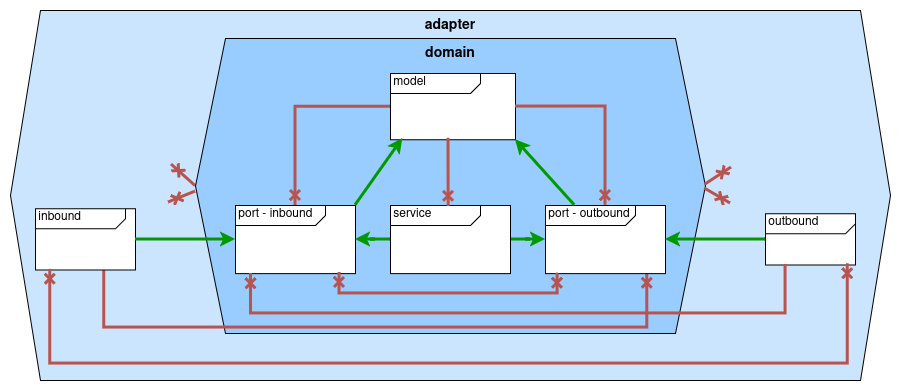
Above: docs/assignment-diagrammen/package-rules-overview.drawio.png in Quintor/hexagonal-architecture-workshop (draw.io), before the change. Source tidied: cells renumbered, new cells last; positions are measured from the earlier drawing's top-left corner, leaving out a move shared by most shapes. Its diagram source:
```xml
<mxGraphModel>
  <root>
    <mxCell id="0" />
    <mxCell id="1" parent="0" />
    <mxCell id="2" value="&lt;font style=&quot;font-size: 14px;&quot;&gt;&lt;b&gt;adapter&lt;/b&gt;&lt;/font&gt;" style="shape=hexagon;perimeter=hexagonPerimeter2;whiteSpace=wrap;html=1;fixedSize=1;align=center;verticalAlign=top;spacing=0;size=30;fillColor=#CCE5FF;" parent="1" vertex="1">
      <mxGeometry width="880" height="370" as="geometry" />
    </mxCell>
    <mxCell id="3" style="rounded=0;jettySize=auto;html=1;exitX=0;exitY=0.5;exitDx=0;exitDy=0;strokeWidth=3;fillColor=#f8cecc;strokeColor=#b85450;endArrow=cross;endFill=0;" parent="1" edge="1" source="4">
      <mxGeometry relative="1" as="geometry">
        <mxPoint x="161" y="154" as="targetPoint" />
      </mxGeometry>
    </mxCell>
    <mxCell id="4" value="&lt;font style=&quot;font-size: 14px;&quot;&gt;&lt;b&gt;domain&lt;/b&gt;&lt;/font&gt;" style="shape=hexagon;perimeter=hexagonPerimeter2;whiteSpace=wrap;html=1;fixedSize=1;align=center;verticalAlign=top;spacing=0;size=30;fillColor=#99CCFF;" parent="1" vertex="1">
      <mxGeometry x="185" y="28" width="510" height="295" as="geometry" />
    </mxCell>
    <mxCell id="5" style="edgeStyle=orthogonalEdgeStyle;rounded=0;jettySize=auto;html=1;strokeWidth=3;fillColor=#f8cecc;strokeColor=#b85450;endArrow=cross;endFill=0;" parent="1" edge="1" source="6" target="7">
      <mxGeometry relative="1" as="geometry" />
    </mxCell>
    <mxCell id="6" value="&lt;div align=&quot;left&quot;&gt;&amp;nbsp;model&lt;/div&gt;" style="html=1;shape=mxgraph.sysml.package;html=1;overflow=fill;whiteSpace=wrap;align=left;" parent="1" vertex="1">
      <mxGeometry x="380" y="63" width="125" height="66.2" as="geometry" />
    </mxCell>
    <mxCell id="7" value="&lt;div&gt;&amp;nbsp;port - inbound&lt;/div&gt;&lt;div&gt;&lt;br&gt;&lt;/div&gt;&lt;div&gt;&lt;br&gt;&lt;/div&gt;" style="html=1;shape=mxgraph.sysml.package;html=1;overflow=fill;whiteSpace=wrap;align=left;" parent="1" vertex="1">
      <mxGeometry x="225" y="194.9" width="120" height="68.1" as="geometry" />
    </mxCell>
    <mxCell id="8" style="edgeStyle=orthogonalEdgeStyle;rounded=0;jettySize=auto;html=1;exitX=0.688;exitY=0.99;exitDx=0;exitDy=0;exitPerimeter=0;strokeWidth=3;fillColor=#f8cecc;strokeColor=#b85450;endArrow=cross;endFill=0;entryX=0.848;entryY=0.995;entryDx=0;entryDy=0;entryPerimeter=0;" parent="1" edge="1" source="9" target="10">
      <mxGeometry relative="1" as="geometry">
        <Array as="points">
          <mxPoint x="94" y="317" />
          <mxPoint x="637" y="317" />
        </Array>
      </mxGeometry>
    </mxCell>
    <mxCell id="9" value="&amp;nbsp;inbound" style="html=1;shape=mxgraph.sysml.package;html=1;overflow=fill;whiteSpace=wrap;align=left;" parent="1" vertex="1">
      <mxGeometry x="25" y="198.3" width="100" height="61.2" as="geometry" />
    </mxCell>
    <mxCell id="10" value="&lt;div&gt;&amp;nbsp;port - outbound&lt;/div&gt;&lt;div&gt;&lt;br&gt;&lt;/div&gt;&lt;div&gt;&lt;br&gt;&lt;br&gt;&lt;/div&gt;" style="html=1;shape=mxgraph.sysml.package;html=1;overflow=fill;whiteSpace=wrap;align=left;" parent="1" vertex="1">
      <mxGeometry x="535" y="194.9" width="120" height="68.1" as="geometry" />
    </mxCell>
    <mxCell id="11" style="edgeStyle=orthogonalEdgeStyle;rounded=0;jettySize=auto;html=1;strokeWidth=3;fillColor=#d5e8d4;strokeColor=light-dark(#009900, #446e2c);" parent="1" edge="1" source="13" target="7">
      <mxGeometry relative="1" as="geometry" />
    </mxCell>
    <mxCell id="12" style="edgeStyle=orthogonalEdgeStyle;rounded=0;jettySize=auto;html=1;strokeWidth=3;fillColor=#d5e8d4;strokeColor=light-dark(#009900, #446e2c);" parent="1" edge="1" source="13" target="10">
      <mxGeometry relative="1" as="geometry" />
    </mxCell>
    <mxCell id="13" value="&amp;nbsp;service" style="html=1;shape=mxgraph.sysml.package;html=1;overflow=fill;whiteSpace=wrap;align=left;" parent="1" vertex="1">
      <mxGeometry x="380" y="194.9" width="120" height="68.1" as="geometry" />
    </mxCell>
    <mxCell id="14" value="&amp;nbsp;outbound" style="html=1;shape=mxgraph.sysml.package;html=1;overflow=fill;whiteSpace=wrap;align=left;" parent="1" vertex="1">
      <mxGeometry x="755" y="203.3" width="90" height="51.2" as="geometry" />
    </mxCell>
    <mxCell id="15" style="edgeStyle=orthogonalEdgeStyle;rounded=0;jettySize=auto;html=1;strokeWidth=3;fillColor=#f8cecc;strokeColor=#b85450;endArrow=cross;endFill=0;exitX=0.463;exitY=0.976;exitDx=0;exitDy=0;exitPerimeter=0;entryX=0.484;entryY=0.014;entryDx=0;entryDy=0;entryPerimeter=0;" parent="1" edge="1" source="6" target="13">
      <mxGeometry relative="1" as="geometry" />
    </mxCell>
    <mxCell id="16" style="edgeStyle=orthogonalEdgeStyle;rounded=0;jettySize=auto;html=1;strokeWidth=3;fillColor=#f8cecc;strokeColor=#b85450;endArrow=cross;endFill=0;exitX=1;exitY=0.5;exitDx=0;exitDy=0;exitPerimeter=0;entryX=0.5;entryY=0;entryDx=0;entryDy=0;entryPerimeter=0;" parent="1" edge="1" source="6" target="10">
      <mxGeometry relative="1" as="geometry" />
    </mxCell>
    <mxCell id="17" style="edgeStyle=orthogonalEdgeStyle;rounded=0;jettySize=auto;html=1;entryX=1;entryY=0.5;entryDx=0;entryDy=0;entryPerimeter=0;strokeWidth=3;fillColor=#d5e8d4;strokeColor=light-dark(#009900, #446e2c);" parent="1" edge="1" source="14" target="10">
      <mxGeometry relative="1" as="geometry" />
    </mxCell>
    <mxCell id="18" style="edgeStyle=orthogonalEdgeStyle;rounded=0;jettySize=auto;html=1;entryX=0;entryY=0.5;entryDx=0;entryDy=0;entryPerimeter=0;strokeWidth=3;fillColor=#d5e8d4;strokeColor=light-dark(#009900, #446e2c);" parent="1" edge="1" source="9" target="7">
      <mxGeometry relative="1" as="geometry" />
    </mxCell>
    <mxCell id="19" style="rounded=0;jettySize=auto;html=1;exitX=0;exitY=0.519;exitDx=0;exitDy=0;strokeWidth=3;fillColor=#f8cecc;strokeColor=#b85450;endArrow=cross;endFill=0;exitPerimeter=0;" parent="1" edge="1" source="4">
      <mxGeometry relative="1" as="geometry">
        <mxPoint x="158" y="192" as="targetPoint" />
      </mxGeometry>
    </mxCell>
    <mxCell id="20" style="rounded=0;orthogonalLoop=1;jettySize=auto;html=1;exitX=0;exitY=0.5;exitDx=0;exitDy=0;strokeWidth=3;fillColor=#f8cecc;strokeColor=#b85450;endArrow=cross;endFill=0;" parent="1" edge="1">
      <mxGeometry relative="1" as="geometry">
        <mxPoint x="695" y="174" as="sourcePoint" />
        <mxPoint x="721" y="157" as="targetPoint" />
      </mxGeometry>
    </mxCell>
    <mxCell id="21" style="rounded=0;jettySize=auto;html=1;exitX=0.999;exitY=0.509;exitDx=0;exitDy=0;strokeWidth=3;fillColor=#f8cecc;strokeColor=#b85450;endArrow=cross;endFill=0;exitPerimeter=0;" parent="1" edge="1" source="4">
      <mxGeometry relative="1" as="geometry">
        <mxPoint x="720" y="193" as="targetPoint" />
      </mxGeometry>
    </mxCell>
    <mxCell id="22" style="edgeStyle=orthogonalEdgeStyle;rounded=0;jettySize=auto;html=1;entryX=0.913;entryY=0.973;entryDx=0;entryDy=0;entryPerimeter=0;exitX=0.147;exitY=0.987;exitDx=0;exitDy=0;exitPerimeter=0;fillColor=#f8cecc;strokeColor=#b85450;endArrow=cross;endFill=0;strokeWidth=3;startArrow=cross;startFill=0;" parent="1" edge="1" source="9" target="14">
      <mxGeometry relative="1" as="geometry">
        <Array as="points">
          <mxPoint x="40" y="353" />
          <mxPoint x="837" y="353" />
        </Array>
      </mxGeometry>
    </mxCell>
    <mxCell id="23" style="rounded=0;jettySize=auto;html=1;entryX=0.099;entryY=0.98;entryDx=0;entryDy=0;entryPerimeter=0;exitX=1;exitY=0;exitDx=0;exitDy=0;exitPerimeter=0;strokeWidth=3;fillColor=#d5e8d4;strokeColor=light-dark(#009900, #446e2c);" parent="1" edge="1" source="7" target="6">
      <mxGeometry relative="1" as="geometry" />
    </mxCell>
    <mxCell id="24" style="rounded=0;jettySize=auto;html=1;entryX=1;entryY=1;entryDx=0;entryDy=0;entryPerimeter=0;strokeWidth=3;fillColor=#d5e8d4;strokeColor=light-dark(#009900, #446e2c);" parent="1" edge="1" source="10" target="6">
      <mxGeometry relative="1" as="geometry" />
    </mxCell>
    <mxCell id="25" style="edgeStyle=orthogonalEdgeStyle;rounded=0;jettySize=auto;html=1;entryX=0.867;entryY=0.987;entryDx=0;entryDy=0;entryPerimeter=0;exitX=0.101;exitY=0.995;exitDx=0;exitDy=0;exitPerimeter=0;fillColor=#f8cecc;strokeColor=#b85450;strokeWidth=3;endArrow=cross;endFill=0;startArrow=cross;startFill=0;" parent="1" edge="1" source="10" target="7">
      <mxGeometry relative="1" as="geometry">
        <Array as="points">
          <mxPoint x="329" y="283" />
        </Array>
      </mxGeometry>
    </mxCell>
    <mxCell id="26" style="edgeStyle=orthogonalEdgeStyle;rounded=0;jettySize=auto;html=1;entryX=0.129;entryY=1.002;entryDx=0;entryDy=0;entryPerimeter=0;fillColor=#f8cecc;strokeColor=#b85450;endArrow=cross;endFill=0;strokeWidth=3;" parent="1" edge="1" source="14" target="7">
      <mxGeometry relative="1" as="geometry">
        <Array as="points">
          <mxPoint x="775" y="303" />
          <mxPoint x="241" y="303" />
        </Array>
      </mxGeometry>
    </mxCell>
  </root>
</mxGraphModel>
```
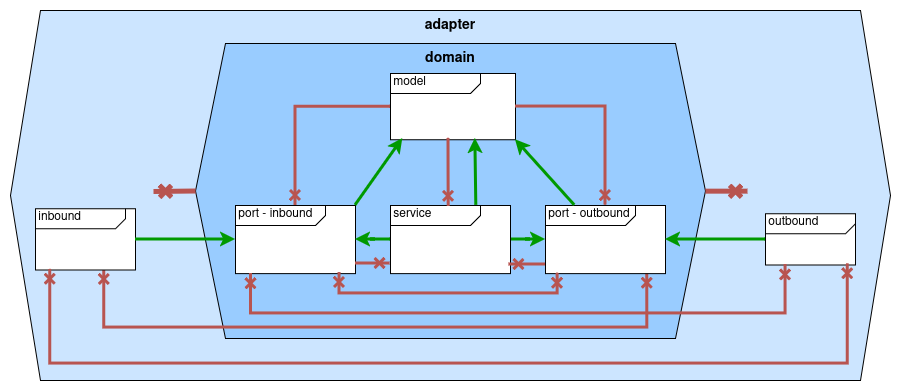
After the commit.

Commit message:
docs: give more context for step 4 & diagram fix

Change to the diagram source:
```diff
@@ -5,13 +5,8 @@
     <mxCell id="2" value="&lt;font style=&quot;font-size: 14px;&quot;&gt;&lt;b&gt;adapter&lt;/b&gt;&lt;/font&gt;" style="shape=hexagon;perimeter=hexagonPerimeter2;whiteSpace=wrap;html=1;fixedSize=1;align=center;verticalAlign=top;spacing=0;size=30;fillColor=#CCE5FF;" parent="1" vertex="1">
       <mxGeometry width="880" height="370" as="geometry" />
     </mxCell>
-    <mxCell id="3" style="rounded=0;jettySize=auto;html=1;exitX=0;exitY=0.5;exitDx=0;exitDy=0;strokeWidth=3;fillColor=#f8cecc;strokeColor=#b85450;endArrow=cross;endFill=0;" parent="1" edge="1" source="4">
-      <mxGeometry relative="1" as="geometry">
-        <mxPoint x="161" y="154" as="targetPoint" />
-      </mxGeometry>
-    </mxCell>
     <mxCell id="4" value="&lt;font style=&quot;font-size: 14px;&quot;&gt;&lt;b&gt;domain&lt;/b&gt;&lt;/font&gt;" style="shape=hexagon;perimeter=hexagonPerimeter2;whiteSpace=wrap;html=1;fixedSize=1;align=center;verticalAlign=top;spacing=0;size=30;fillColor=#99CCFF;" parent="1" vertex="1">
-      <mxGeometry x="185" y="28" width="510" height="295" as="geometry" />
+      <mxGeometry x="185" y="33" width="510" height="295" as="geometry" />
     </mxCell>
     <mxCell id="5" style="edgeStyle=orthogonalEdgeStyle;rounded=0;jettySize=auto;html=1;strokeWidth=3;fillColor=#f8cecc;strokeColor=#b85450;endArrow=cross;endFill=0;" parent="1" edge="1" source="6" target="7">
       <mxGeometry relative="1" as="geometry" />
@@ -22,7 +17,7 @@
     <mxCell id="7" value="&lt;div&gt;&amp;nbsp;port - inbound&lt;/div&gt;&lt;div&gt;&lt;br&gt;&lt;/div&gt;&lt;div&gt;&lt;br&gt;&lt;/div&gt;" style="html=1;shape=mxgraph.sysml.package;html=1;overflow=fill;whiteSpace=wrap;align=left;" parent="1" vertex="1">
       <mxGeometry x="225" y="194.9" width="120" height="68.1" as="geometry" />
     </mxCell>
-    <mxCell id="8" style="edgeStyle=orthogonalEdgeStyle;rounded=0;jettySize=auto;html=1;exitX=0.688;exitY=0.99;exitDx=0;exitDy=0;exitPerimeter=0;strokeWidth=3;fillColor=#f8cecc;strokeColor=#b85450;endArrow=cross;endFill=0;entryX=0.848;entryY=0.995;entryDx=0;entryDy=0;entryPerimeter=0;" parent="1" edge="1" source="9" target="10">
+    <mxCell id="8" style="edgeStyle=orthogonalEdgeStyle;rounded=0;jettySize=auto;html=1;exitX=0.688;exitY=0.99;exitDx=0;exitDy=0;exitPerimeter=0;strokeWidth=3;fillColor=#f8cecc;strokeColor=#b85450;endArrow=cross;endFill=0;entryX=0.848;entryY=0.995;entryDx=0;entryDy=0;entryPerimeter=0;startArrow=cross;startFill=0;" parent="1" edge="1" source="9" target="10">
       <mxGeometry relative="1" as="geometry">
         <Array as="points">
           <mxPoint x="94" y="317" />
@@ -36,10 +31,10 @@
     <mxCell id="10" value="&lt;div&gt;&amp;nbsp;port - outbound&lt;/div&gt;&lt;div&gt;&lt;br&gt;&lt;/div&gt;&lt;div&gt;&lt;br&gt;&lt;br&gt;&lt;/div&gt;" style="html=1;shape=mxgraph.sysml.package;html=1;overflow=fill;whiteSpace=wrap;align=left;" parent="1" vertex="1">
       <mxGeometry x="535" y="194.9" width="120" height="68.1" as="geometry" />
     </mxCell>
-    <mxCell id="11" style="edgeStyle=orthogonalEdgeStyle;rounded=0;jettySize=auto;html=1;strokeWidth=3;fillColor=#d5e8d4;strokeColor=light-dark(#009900, #446e2c);" parent="1" edge="1" source="13" target="7">
+    <mxCell id="11" style="edgeStyle=orthogonalEdgeStyle;rounded=0;jettySize=auto;html=1;strokeWidth=3;fillColor=#d5e8d4;strokeColor=light-dark(#009900,#66FF66);" parent="1" edge="1" source="13" target="7">
       <mxGeometry relative="1" as="geometry" />
     </mxCell>
-    <mxCell id="12" style="edgeStyle=orthogonalEdgeStyle;rounded=0;jettySize=auto;html=1;strokeWidth=3;fillColor=#d5e8d4;strokeColor=light-dark(#009900, #446e2c);" parent="1" edge="1" source="13" target="10">
+    <mxCell id="12" style="edgeStyle=orthogonalEdgeStyle;rounded=0;jettySize=auto;html=1;strokeWidth=3;fillColor=#d5e8d4;strokeColor=light-dark(#009900,#66FF66);" parent="1" edge="1" source="13" target="10">
       <mxGeometry relative="1" as="geometry" />
     </mxCell>
     <mxCell id="13" value="&amp;nbsp;service" style="html=1;shape=mxgraph.sysml.package;html=1;overflow=fill;whiteSpace=wrap;align=left;" parent="1" vertex="1">
@@ -54,28 +49,17 @@
     <mxCell id="16" style="edgeStyle=orthogonalEdgeStyle;rounded=0;jettySize=auto;html=1;strokeWidth=3;fillColor=#f8cecc;strokeColor=#b85450;endArrow=cross;endFill=0;exitX=1;exitY=0.5;exitDx=0;exitDy=0;exitPerimeter=0;entryX=0.5;entryY=0;entryDx=0;entryDy=0;entryPerimeter=0;" parent="1" edge="1" source="6" target="10">
       <mxGeometry relative="1" as="geometry" />
     </mxCell>
-    <mxCell id="17" style="edgeStyle=orthogonalEdgeStyle;rounded=0;jettySize=auto;html=1;entryX=1;entryY=0.5;entryDx=0;entryDy=0;entryPerimeter=0;strokeWidth=3;fillColor=#d5e8d4;strokeColor=light-dark(#009900, #446e2c);" parent="1" edge="1" source="14" target="10">
+    <mxCell id="17" style="edgeStyle=orthogonalEdgeStyle;rounded=0;jettySize=auto;html=1;entryX=1;entryY=0.5;entryDx=0;entryDy=0;entryPerimeter=0;strokeWidth=3;fillColor=#d5e8d4;strokeColor=light-dark(#009900,#66FF66);" parent="1" edge="1" source="14" target="10">
       <mxGeometry relative="1" as="geometry" />
     </mxCell>
-    <mxCell id="18" style="edgeStyle=orthogonalEdgeStyle;rounded=0;jettySize=auto;html=1;entryX=0;entryY=0.5;entryDx=0;entryDy=0;entryPerimeter=0;strokeWidth=3;fillColor=#d5e8d4;strokeColor=light-dark(#009900, #446e2c);" parent="1" edge="1" source="9" target="7">
+    <mxCell id="18" style="edgeStyle=orthogonalEdgeStyle;rounded=0;jettySize=auto;html=1;entryX=0;entryY=0.5;entryDx=0;entryDy=0;entryPerimeter=0;strokeWidth=3;fillColor=#d5e8d4;strokeColor=light-dark(#009900,#66FF66);" parent="1" edge="1" source="9" target="7">
       <mxGeometry relative="1" as="geometry" />
     </mxCell>
-    <mxCell id="19" style="rounded=0;jettySize=auto;html=1;exitX=0;exitY=0.519;exitDx=0;exitDy=0;strokeWidth=3;fillColor=#f8cecc;strokeColor=#b85450;endArrow=cross;endFill=0;exitPerimeter=0;" parent="1" edge="1" source="4">
+    <mxCell id="19" style="rounded=0;jettySize=auto;html=1;exitX=0;exitY=0.5;exitDx=0;exitDy=0;strokeWidth=5;fillColor=#f8cecc;strokeColor=#b85450;endArrow=cross;endFill=0;" parent="1" edge="1" source="4">
       <mxGeometry relative="1" as="geometry">
-        <mxPoint x="158" y="192" as="targetPoint" />
+        <mxPoint x="143" y="181" as="targetPoint" />
       </mxGeometry>
     </mxCell>
-    <mxCell id="20" style="rounded=0;orthogonalLoop=1;jettySize=auto;html=1;exitX=0;exitY=0.5;exitDx=0;exitDy=0;strokeWidth=3;fillColor=#f8cecc;strokeColor=#b85450;endArrow=cross;endFill=0;" parent="1" edge="1">
-      <mxGeometry relative="1" as="geometry">
-        <mxPoint x="695" y="174" as="sourcePoint" />
-        <mxPoint x="721" y="157" as="targetPoint" />
-      </mxGeometry>
-    </mxCell>
-    <mxCell id="21" style="rounded=0;jettySize=auto;html=1;exitX=0.999;exitY=0.509;exitDx=0;exitDy=0;strokeWidth=3;fillColor=#f8cecc;strokeColor=#b85450;endArrow=cross;endFill=0;exitPerimeter=0;" parent="1" edge="1" source="4">
-      <mxGeometry relative="1" as="geometry">
-        <mxPoint x="720" y="193" as="targetPoint" />
-      </mxGeometry>
-    </mxCell>
     <mxCell id="22" style="edgeStyle=orthogonalEdgeStyle;rounded=0;jettySize=auto;html=1;entryX=0.913;entryY=0.973;entryDx=0;entryDy=0;entryPerimeter=0;exitX=0.147;exitY=0.987;exitDx=0;exitDy=0;exitPerimeter=0;fillColor=#f8cecc;strokeColor=#b85450;endArrow=cross;endFill=0;strokeWidth=3;startArrow=cross;startFill=0;" parent="1" edge="1" source="9" target="14">
       <mxGeometry relative="1" as="geometry">
         <Array as="points">
@@ -84,10 +68,10 @@
         </Array>
       </mxGeometry>
     </mxCell>
-    <mxCell id="23" style="rounded=0;jettySize=auto;html=1;entryX=0.099;entryY=0.98;entryDx=0;entryDy=0;entryPerimeter=0;exitX=1;exitY=0;exitDx=0;exitDy=0;exitPerimeter=0;strokeWidth=3;fillColor=#d5e8d4;strokeColor=light-dark(#009900, #446e2c);" parent="1" edge="1" source="7" target="6">
+    <mxCell id="23" style="rounded=0;jettySize=auto;html=1;entryX=0.099;entryY=0.98;entryDx=0;entryDy=0;entryPerimeter=0;exitX=1;exitY=0;exitDx=0;exitDy=0;exitPerimeter=0;strokeWidth=3;fillColor=#d5e8d4;strokeColor=light-dark(#009900,#66FF66);" parent="1" edge="1" source="7" target="6">
       <mxGeometry relative="1" as="geometry" />
     </mxCell>
-    <mxCell id="24" style="rounded=0;jettySize=auto;html=1;entryX=1;entryY=1;entryDx=0;entryDy=0;entryPerimeter=0;strokeWidth=3;fillColor=#d5e8d4;strokeColor=light-dark(#009900, #446e2c);" parent="1" edge="1" source="10" target="6">
+    <mxCell id="24" style="rounded=0;jettySize=auto;html=1;entryX=1;entryY=1;entryDx=0;entryDy=0;entryPerimeter=0;strokeWidth=3;fillColor=#d5e8d4;strokeColor=light-dark(#009900,#66FF66);" parent="1" edge="1" source="10" target="6">
       <mxGeometry relative="1" as="geometry" />
     </mxCell>
     <mxCell id="25" style="edgeStyle=orthogonalEdgeStyle;rounded=0;jettySize=auto;html=1;entryX=0.867;entryY=0.987;entryDx=0;entryDy=0;entryPerimeter=0;exitX=0.101;exitY=0.995;exitDx=0;exitDy=0;exitPerimeter=0;fillColor=#f8cecc;strokeColor=#b85450;strokeWidth=3;endArrow=cross;endFill=0;startArrow=cross;startFill=0;" parent="1" edge="1" source="10" target="7">
@@ -97,7 +81,7 @@
         </Array>
       </mxGeometry>
     </mxCell>
-    <mxCell id="26" style="edgeStyle=orthogonalEdgeStyle;rounded=0;jettySize=auto;html=1;entryX=0.129;entryY=1.002;entryDx=0;entryDy=0;entryPerimeter=0;fillColor=#f8cecc;strokeColor=#b85450;endArrow=cross;endFill=0;strokeWidth=3;" parent="1" edge="1" source="14" target="7">
+    <mxCell id="26" style="edgeStyle=orthogonalEdgeStyle;rounded=0;jettySize=auto;html=1;entryX=0.129;entryY=1.002;entryDx=0;entryDy=0;entryPerimeter=0;fillColor=#f8cecc;strokeColor=#b85450;endArrow=cross;endFill=0;strokeWidth=3;startArrow=cross;startFill=0;" parent="1" edge="1" source="14" target="7">
       <mxGeometry relative="1" as="geometry">
         <Array as="points">
           <mxPoint x="775" y="303" />
@@ -105,5 +89,24 @@
         </Array>
       </mxGeometry>
     </mxCell>
+    <mxCell id="27" style="edgeStyle=orthogonalEdgeStyle;rounded=0;jettySize=auto;html=1;entryX=-0.003;entryY=0.855;entryDx=0;entryDy=0;entryPerimeter=0;strokeWidth=3;fillColor=#f8cecc;strokeColor=#b85450;endArrow=cross;endFill=0;" parent="1" edge="1" target="13">
+      <mxGeometry relative="1" as="geometry">
+        <mxPoint x="345" y="253" as="sourcePoint" />
+      </mxGeometry>
+    </mxCell>
+    <mxCell id="28" style="edgeStyle=orthogonalEdgeStyle;rounded=0;jettySize=auto;html=1;entryX=0.987;entryY=0.871;entryDx=0;entryDy=0;entryPerimeter=0;fillColor=#f8cecc;strokeColor=#b85450;strokeWidth=3;endArrow=cross;endFill=0;" parent="1" edge="1" target="13">
+      <mxGeometry relative="1" as="geometry">
+        <mxPoint x="535" y="254" as="sourcePoint" />
+      </mxGeometry>
+    </mxCell>
+    <mxCell id="29" style="rounded=0;orthogonalLoop=1;jettySize=auto;html=1;exitX=0;exitY=0.5;exitDx=0;exitDy=0;strokeWidth=5;fillColor=#f8cecc;strokeColor=#b85450;endArrow=cross;endFill=0;" parent="1" edge="1">
+      <mxGeometry relative="1" as="geometry">
+        <mxPoint x="695" y="180.7" as="sourcePoint" />
+        <mxPoint x="737" y="180.7" as="targetPoint" />
+      </mxGeometry>
+    </mxCell>
+    <mxCell id="30" style="rounded=0;jettySize=auto;html=1;entryX=0.679;entryY=0.98;entryDx=0;entryDy=0;entryPerimeter=0;strokeWidth=3;fillColor=#d5e8d4;strokeColor=light-dark(#009900,#66FF66);exitX=0.715;exitY=0;exitDx=0;exitDy=0;exitPerimeter=0;" parent="1" edge="1" source="13" target="6">
+      <mxGeometry relative="1" as="geometry" />
+    </mxCell>
   </root>
 </mxGraphModel>
```
